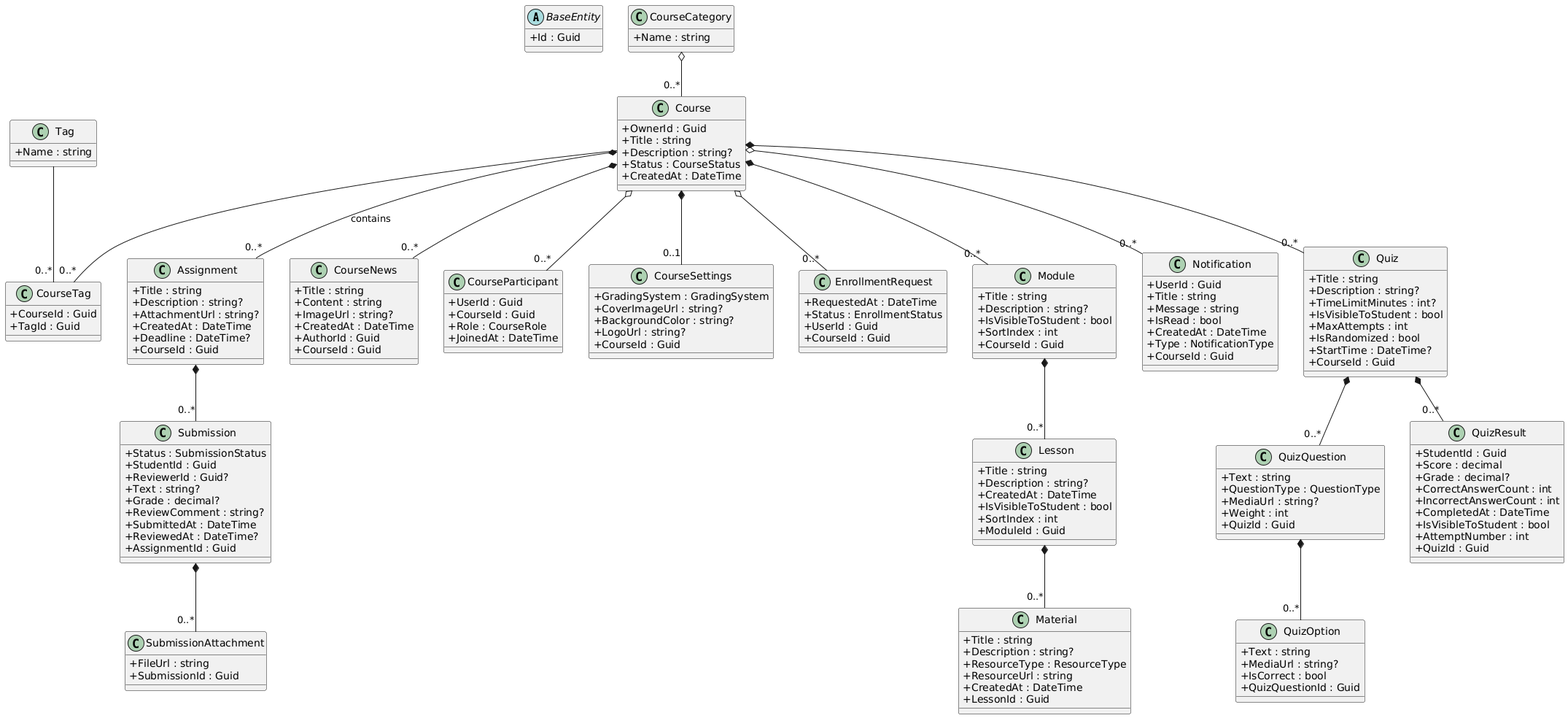
Above: Module-1_CSharp-NET-Fundamentals/Lesson-2_Classes_Objects_Encapsulation/UML Class Diagram.png in Ruvim1100/Amdaris-Internship-2025 (PlantUML), before the change. Its diagram source:
```plantuml
@startuml
skinparam classAttributeIconSize 0

abstract class BaseEntity{
  + Id : Guid
}

class Assignment {
  + Title : string
  + Description : string?
  + AttachmentUrl : string?
  + CreatedAt : DateTime
  + Deadline : DateTime?
  + CourseId : Guid
}

class Course {
  + OwnerId : Guid
  + Title : string
  + Description : string?
  + Status : CourseStatus
  + CreatedAt : DateTime
}

class CourseCategory {
  + Name : string
}

class CourseNews {
  + Title : string
  + Content : string
  + ImageUrl : string?
  + CreatedAt : DateTime
  + AuthorId : Guid
  + CourseId : Guid
}

class CourseParticipant {
  + UserId : Guid
  + CourseId : Guid
  + Role : CourseRole
  + JoinedAt : DateTime
}

class CourseSettings {
  + GradingSystem : GradingSystem
  + CoverImageUrl : string?
  + BackgroundColor : string?
  + LogoUrl : string?
  + CourseId : Guid
}

class CourseTag {
  + CourseId : Guid
  + TagId : Guid
}

class EnrollmentRequest {
  + RequestedAt : DateTime
  + Status : EnrollmentStatus
  + UserId : Guid
  + CourseId : Guid
}

class Lesson {
  + Title : string
  + Description : string?
  + CreatedAt : DateTime
  + IsVisibleToStudent : bool
  + SortIndex : int
  + ModuleId : Guid
}

class Material {
  + Title : string
  + Description : string?
  + ResourceType : ResourceType
  + ResourceUrl : string
  + CreatedAt : DateTime
  + LessonId : Guid
}

class Module {
  + Title : string
  + Description : string?
  + IsVisibleToStudent : bool
  + SortIndex : int
  + CourseId : Guid
}

class Notification {
  + UserId : Guid
  + Title : string
  + Message : string
  + IsRead : bool
  + CreatedAt : DateTime
  + Type : NotificationType
  + CourseId : Guid
}

class Quiz {
  + Title : string
  + Description : string?
  + TimeLimitMinutes : int?
  + IsVisibleToStudent : bool
  + MaxAttempts : int
  + IsRandomized : bool
  + StartTime : DateTime?
  + CourseId : Guid
}

class QuizQuestion {
  + Text : string
  + QuestionType : QuestionType
  + MediaUrl : string?
  + Weight : int
  + QuizId : Guid
}

class QuizOption {
  + Text : string
  + MediaUrl : string?
  + IsCorrect : bool
  + QuizQuestionId : Guid
}

class QuizResult {
  + StudentId : Guid
  + Score : decimal
  + Grade : decimal?
  + CorrectAnswerCount : int
  + IncorrectAnswerCount : int
  + CompletedAt : DateTime
  + IsVisibleToStudent : bool
  + AttemptNumber : int
  + QuizId : Guid
}

class Submission {
  + Status : SubmissionStatus
  + StudentId : Guid
  + ReviewerId : Guid?
  + Text : string?
  + Grade : decimal?
  + ReviewComment : string?
  + SubmittedAt : DateTime
  + ReviewedAt : DateTime?
  + AssignmentId : Guid
}

class SubmissionAttachment {
  + FileUrl : string
  + SubmissionId : Guid
}

class Tag {
  + Name : string
}

Course *-- "0..*" Assignment : contains
Course *-- "0..1" CourseSettings
CourseCategory o-- "0..*" Course
Course *-- "0..*" CourseNews
Course o-- "0..*" CourseParticipant
Course o-- "0..*" EnrollmentRequest
Course *-- "0..*" Module
Module *-- "0..*" Lesson
Lesson *-- "0..*" Material
Course o-- "0..*" Notification
Course *-- "0..*" Quiz
Quiz *-- "0..*" QuizQuestion
QuizQuestion *-- "0..*" QuizOption
Quiz *-- "0..*" QuizResult
Assignment *-- "0..*" Submission
Course -- "0..*" CourseTag
Tag -- "0..*" CourseTag
Submission *-- "0..*" SubmissionAttachment
@enduml
```
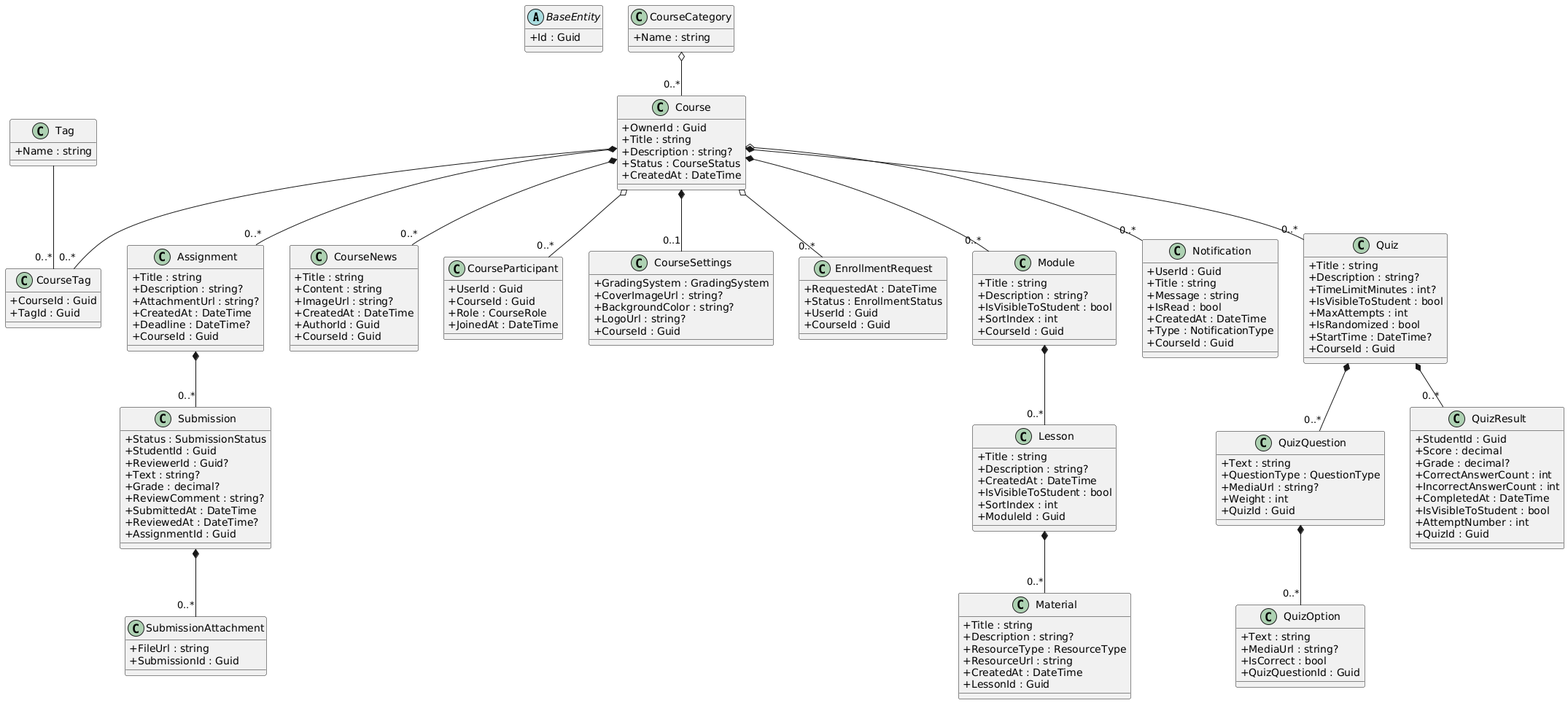
The same diagram one commit later.

Commit message:
Fix Diagram Details

What changed in the source:
```diff
@@ -157,7 +157,7 @@
   + Name : string
 }
 
-Course *-- "0..*" Assignment : contains
+Course *-- "0..*" Assignment
 Course *-- "0..1" CourseSettings
 CourseCategory o-- "0..*" Course
 Course *-- "0..*" CourseNews
```
